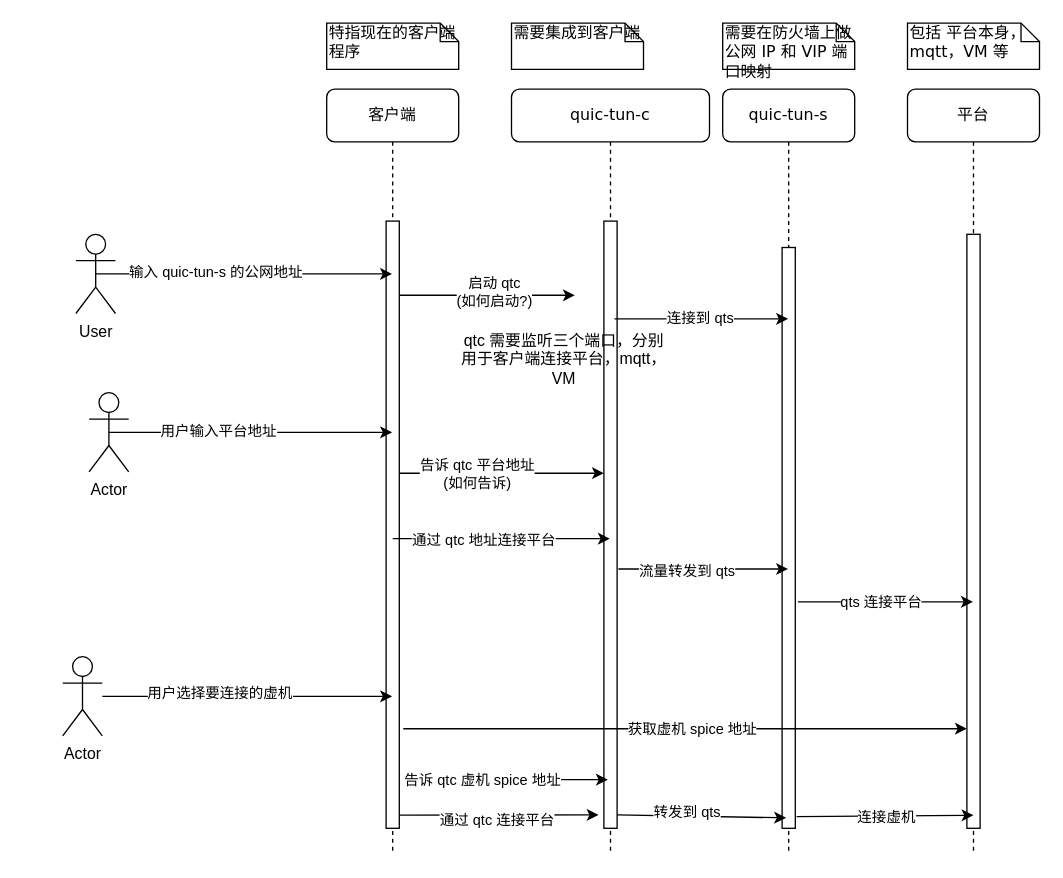
Before: Untitled Diagram.drawio in jeffyjf/drawio, a draw.io diagram. Source tidied: cells renumbered, new cells numbered last; positions are measured from the earlier drawing's top-left corner, leaving out a move shared by most shapes. Both pictures are drawn from the tidied source at 132%, with x=0, y=0 at pixel (62, 22).
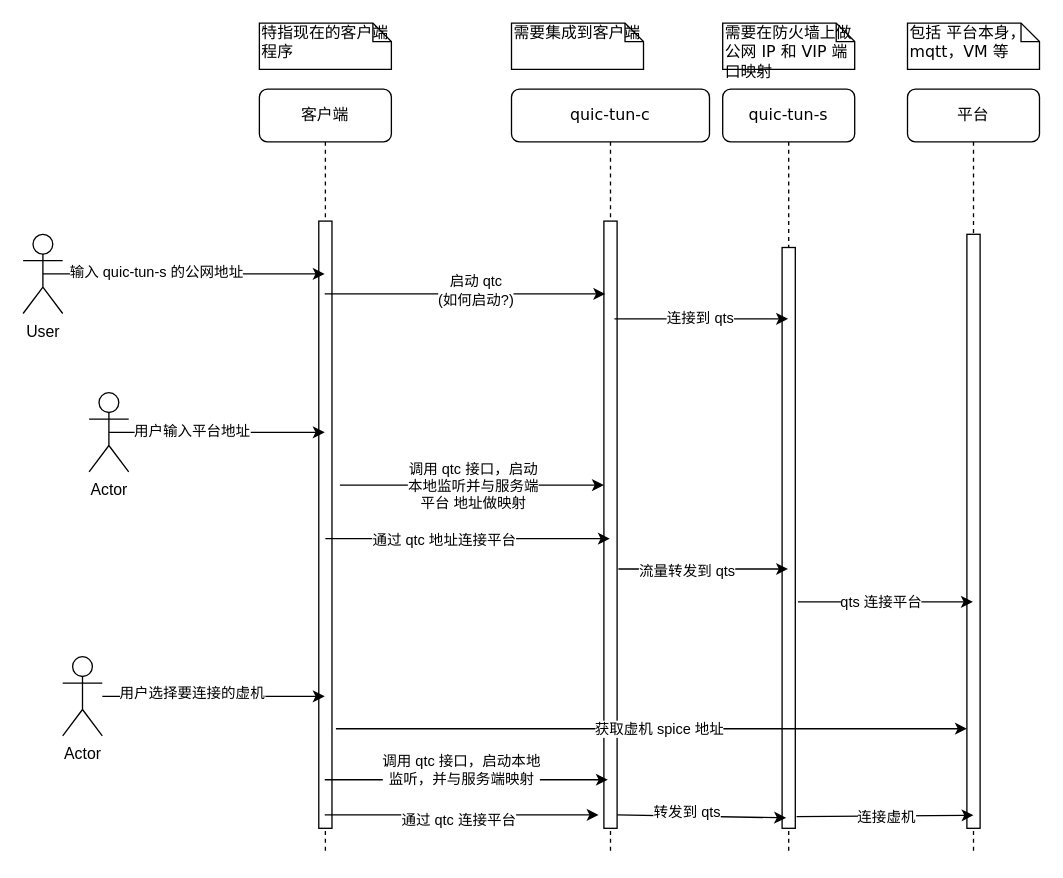
After the change.

Unchanged cells that the change refers to:
```xml
<mxCell id="2" value="quic-tun-c" style="shape=umlLifeline;perimeter=lifelinePerimeter;whiteSpace=wrap;html=1;outlineConnect=0;rounded=1;shadow=0;comic=0;labelBackgroundColor=none;strokeWidth=1;fontFamily=Verdana;fontSize=12;align=center;" parent="1" vertex="1">
  <mxGeometry x="340" y="50" width="150" height="580" as="geometry" />
</mxCell>
<mxCell id="3" style="html=1;points=[];perimeter=orthogonalPerimeter;rounded=0;shadow=0;comic=0;labelBackgroundColor=none;strokeWidth=1;fontFamily=Verdana;fontSize=12;align=center;" parent="2" vertex="1">
  <mxGeometry x="70" y="100" width="10" height="460" as="geometry" />
</mxCell>
```

Change to the diagram source:
```diff
@@
-    <mxCell id="4" value="qtc 需要监听三个端口，分别用于客户端连接平台，mqtt，VM" style="text;html=1;strokeColor=none;fillColor=none;align=center;verticalAlign=middle;whiteSpace=wrap;rounded=0;" parent="2" vertex="1">
-      <mxGeometry x="-40" y="190" width="160" height="30" as="geometry" />
-    </mxCell>
-    <mxCell id="5" style="endArrow=classic;html=1;rounded=0;entryX=-0.4;entryY=0.978;entryDx=0;entryDy=0;entryPerimeter=0;" parent="2" edge="1" target="3">
-      <mxGeometry relative="1" as="geometry">
-        <mxPoint x="-85" y="550" as="sourcePoint" />
-      </mxGeometry>
-    </mxCell>
-    <mxCell id="6" value="通过 qtc 连接平台" style="edgeLabel;html=1;align=center;verticalAlign=middle;" parent="5" vertex="1">
-      <mxGeometry x="-0.03" y="-4" relative="1" as="geometry" />
-    </mxCell>
@@
     <mxCell id="10" value="客户端" style="shape=umlLifeline;perimeter=lifelinePerimeter;whiteSpace=wrap;html=1;outlineConnect=0;rounded=1;shadow=0;comic=0;labelBackgroundColor=none;strokeWidth=1;fontFamily=Verdana;fontSize=12;align=center;" parent="1" vertex="1">
-      <mxGeometry x="200" y="50" width="100" height="580" as="geometry" />
+      <mxGeometry x="149" y="50" width="100" height="580" as="geometry" />
     </mxCell>
@@
     <mxCell id="13" value="特指现在的客户端程序" style="shape=note;whiteSpace=wrap;html=1;size=14;verticalAlign=top;align=left;spacingTop=-6;rounded=0;shadow=0;comic=0;labelBackgroundColor=none;strokeWidth=1;fontFamily=Verdana;fontSize=12;" parent="1" vertex="1">
-      <mxGeometry x="200" width="100" height="35" as="geometry" />
+      <mxGeometry x="149" width="100" height="35" as="geometry" />
     </mxCell>
@@
     <mxCell id="17" value="User" style="shape=umlActor;verticalLabelPosition=bottom;verticalAlign=top;html=1;outlineConnect=0;" parent="1" vertex="1">
-      <mxGeometry x="10" y="160" width="30" height="60" as="geometry" />
+      <mxGeometry x="-30" y="160" width="30" height="60" as="geometry" />
     </mxCell>
@@
-    <mxCell id="20" style="endArrow=classic;html=1;rounded=0;entryX=0.3;entryY=0.164;entryDx=0;entryDy=0;entryPerimeter=0;" parent="1" edge="1">
-      <mxGeometry relative="1" as="geometry">
-        <mxPoint x="255" y="206.2" as="sourcePoint" />
-        <mxPoint x="388" y="206.2" as="targetPoint" />
-      </mxGeometry>
+    <mxCell id="20" style="endArrow=classic;html=1;rounded=0;entryX=0.1;entryY=0.12;entryDx=0;entryDy=0;entryPerimeter=0;" parent="1" edge="1" source="10" target="3">
+      <mxGeometry relative="1" as="geometry" />
     </mxCell>
@@
     <mxCell id="27" style="endArrow=classic;html=1;rounded=0;" parent="1" edge="1" target="3">
       <mxGeometry relative="1" as="geometry">
-        <mxPoint x="255" y="341" as="sourcePoint" />
+        <mxPoint x="210" y="350" as="sourcePoint" />
       </mxGeometry>
     </mxCell>
-    <mxCell id="28" value="告诉 qtc 平台地址&lt;br&gt;(如何告诉)" style="edgeLabel;html=1;align=center;verticalAlign=middle;" parent="27" vertex="1">
-      <mxGeometry x="-0.25" relative="1" as="geometry" />
+    <mxCell id="28" value="调用 qtc 接口，启动&lt;br&gt;本地监听并与服务端&lt;br&gt;平台 地址做映射" style="edgeLabel;html=1;align=center;verticalAlign=middle;" parent="27" vertex="1">
+      <mxGeometry x="-0.25" relative="1" as="geometry">
+        <mxPoint x="25" as="offset" />
+      </mxGeometry>
     </mxCell>
@@
-    <mxCell id="40" style="endArrow=classic;html=1;rounded=0;entryX=0.3;entryY=0.92;entryDx=0;entryDy=0;entryPerimeter=0;" parent="1" edge="1" target="3">
-      <mxGeometry relative="1" as="geometry">
-        <mxPoint x="260" y="573" as="sourcePoint" />
-      </mxGeometry>
+    <mxCell id="40" style="endArrow=classic;html=1;rounded=0;entryX=0.3;entryY=0.92;entryDx=0;entryDy=0;entryPerimeter=0;" parent="1" edge="1" source="10" target="3">
+      <mxGeometry relative="1" as="geometry" />
     </mxCell>
-    <mxCell id="41" value="告诉 qtc 虚机 spice 地址" style="edgeLabel;html=1;align=center;verticalAlign=middle;" parent="40" vertex="1">
-      <mxGeometry x="-0.24" relative="1" as="geometry" />
+    <mxCell id="41" value="调用 qtc 接口，启动本地&lt;br&gt;监听，并与服务端映射" style="edgeLabel;html=1;align=center;verticalAlign=middle;" parent="40" vertex="1">
+      <mxGeometry x="-0.24" relative="1" as="geometry">
+        <mxPoint x="21" y="-8" as="offset" />
+      </mxGeometry>
     </mxCell>
@@
+    <mxCell id="5" style="endArrow=classic;html=1;rounded=0;entryX=-0.4;entryY=0.978;entryDx=0;entryDy=0;entryPerimeter=0;" parent="1" edge="1" source="10" target="3">
+      <mxGeometry relative="1" as="geometry" />
+    </mxCell>
+    <mxCell id="6" value="通过 qtc 连接平台" style="edgeLabel;html=1;align=center;verticalAlign=middle;" parent="5" vertex="1">
+      <mxGeometry x="-0.03" y="-4" relative="1" as="geometry" />
+    </mxCell>
```
